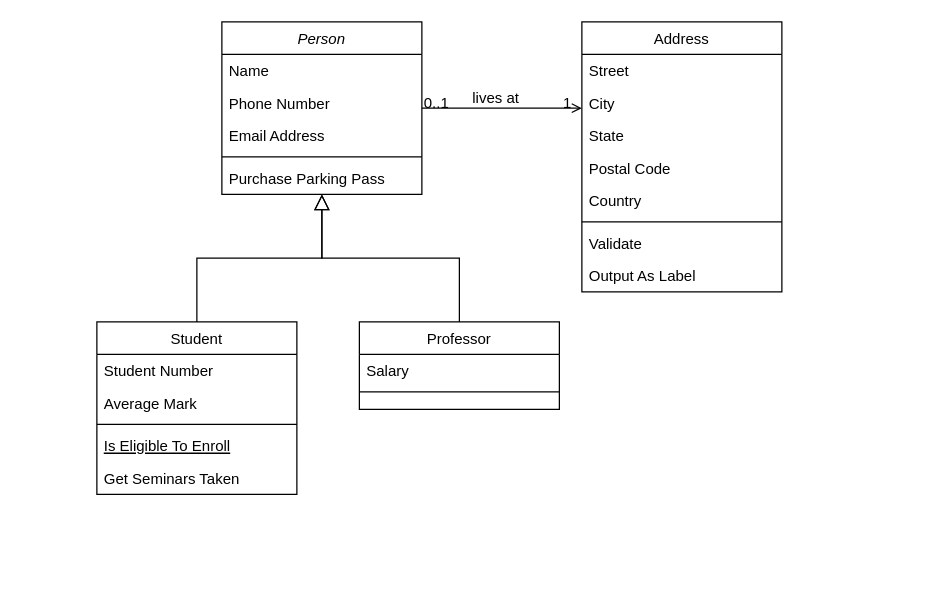
This is Untitled Diagram.drawio from J11mmy/Baitap, a draw.io file, before an edit. Source tidied: cells renumbered, new cells numbered last; positions are measured from the earlier drawing's top-left corner, leaving out a move shared by most shapes. Both pictures are drawn from the tidied source at 125%, with x=0, y=0 at pixel (96, 21).
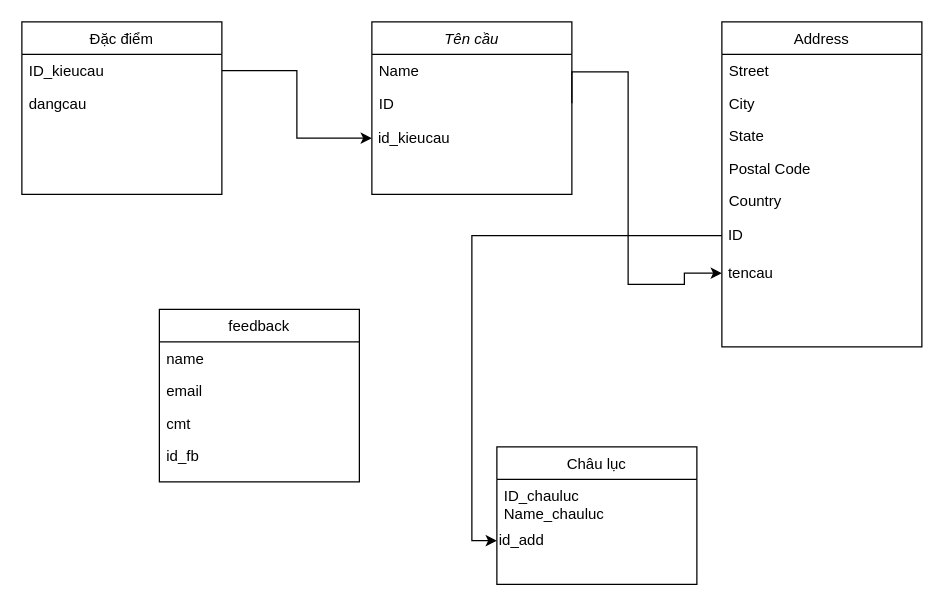
After the change.

Change to the diagram source:
```diff
@@
-    <mxCell id="2" value="Person" style="swimlane;fontStyle=2;align=center;verticalAlign=top;horizontal=1;startSize=26;rounded=0;shadow=0;strokeWidth=1;" parent="1" vertex="1">
-      <mxGeometry x="100" width="160" height="138" as="geometry" />
+    <mxCell id="2" value="Tên cầu&#10;&#10;" style="swimlane;fontStyle=2;align=center;verticalAlign=top;horizontal=1;startSize=26;rounded=0;shadow=0;strokeWidth=1;" parent="1" vertex="1">
+      <mxGeometry x="220" width="160" height="138" as="geometry" />
     </mxCell>
@@
-    <mxCell id="4" value="Phone Number" style="text;align=left;verticalAlign=top;spacingLeft=4;spacingRight=4;overflow=hidden;points=[[0,0.5],[1,0.5]];portConstraint=eastwest;rounded=0;shadow=0;html=0;" parent="2" vertex="1">
+    <mxCell id="4" value="ID" style="text;align=left;verticalAlign=top;spacingLeft=4;spacingRight=4;overflow=hidden;points=[[0,0.5],[1,0.5]];portConstraint=eastwest;rounded=0;shadow=0;html=0;" parent="2" vertex="1">
       <mxGeometry y="52" width="160" height="26" as="geometry" />
     </mxCell>
-    <mxCell id="5" value="Email Address" style="text;align=left;verticalAlign=top;spacingLeft=4;spacingRight=4;overflow=hidden;rounded=0;shadow=0;html=0;" parent="2" vertex="1">
-      <mxGeometry y="78" width="160" height="26" as="geometry" />
-    </mxCell>
-    <mxCell id="6" style="line;html=1;strokeWidth=1;align=left;verticalAlign=middle;spacingTop=-1;spacingLeft=3;spacingRight=3;labelPosition=right;" parent="2" vertex="1">
-      <mxGeometry y="104" width="160" height="8" as="geometry" />
-    </mxCell>
-    <mxCell id="7" value="Purchase Parking Pass" style="text;align=left;verticalAlign=top;spacingLeft=4;spacingRight=4;overflow=hidden;" parent="2" vertex="1">
-      <mxGeometry y="112" width="160" height="26" as="geometry" />
-    </mxCell>
+    <mxCell id="32" value="&amp;nbsp;id_kieucau" style="text;html=1;strokeColor=none;fillColor=none;align=left;verticalAlign=middle;whiteSpace=wrap;rounded=0;" parent="2" vertex="1">
+      <mxGeometry y="78" width="160" height="30" as="geometry" />
+    </mxCell>
-    <mxCell id="8" value="Student" style="swimlane;fontStyle=0;align=center;verticalAlign=top;horizontal=1;startSize=26;rounded=0;shadow=0;strokeWidth=1;" parent="1" vertex="1">
-      <mxGeometry y="240" width="160" height="138" as="geometry" />
+    <mxCell id="8" value="Đặc điểm&#10;&#10;" style="swimlane;fontStyle=0;align=center;verticalAlign=top;horizontal=1;startSize=26;rounded=0;shadow=0;strokeWidth=1;" parent="1" vertex="1">
+      <mxGeometry x="-60" width="160" height="138" as="geometry" />
     </mxCell>
-    <mxCell id="9" value="Student Number" style="text;align=left;verticalAlign=top;spacingLeft=4;spacingRight=4;overflow=hidden;points=[[0,0.5],[1,0.5]];portConstraint=eastwest;" parent="8" vertex="1">
+    <mxCell id="9" value="ID_kieucau&#10;" style="text;align=left;verticalAlign=top;spacingLeft=4;spacingRight=4;overflow=hidden;points=[[0,0.5],[1,0.5]];portConstraint=eastwest;" parent="8" vertex="1">
       <mxGeometry y="26" width="160" height="26" as="geometry" />
     </mxCell>
-    <mxCell id="10" value="Average Mark" style="text;align=left;verticalAlign=top;spacingLeft=4;spacingRight=4;overflow=hidden;rounded=0;shadow=0;html=0;" parent="8" vertex="1">
+    <mxCell id="10" value="dangcau" style="text;align=left;verticalAlign=top;spacingLeft=4;spacingRight=4;overflow=hidden;rounded=0;shadow=0;html=0;" parent="8" vertex="1">
       <mxGeometry y="52" width="160" height="26" as="geometry" />
     </mxCell>
-    <mxCell id="11" style="line;html=1;strokeWidth=1;align=left;verticalAlign=middle;spacingTop=-1;spacingLeft=3;spacingRight=3;labelPosition=right;" parent="8" vertex="1">
-      <mxGeometry y="78" width="160" height="8" as="geometry" />
-    </mxCell>
-    <mxCell id="12" value="Is Eligible To Enroll" style="text;align=left;verticalAlign=top;spacingLeft=4;spacingRight=4;overflow=hidden;fontStyle=4;" parent="8" vertex="1">
-      <mxGeometry y="86" width="160" height="26" as="geometry" />
-    </mxCell>
-    <mxCell id="13" value="Get Seminars Taken" style="text;align=left;verticalAlign=top;spacingLeft=4;spacingRight=4;overflow=hidden;" parent="8" vertex="1">
-      <mxGeometry y="112" width="160" height="26" as="geometry" />
-    </mxCell>
-    <mxCell id="14" style="endArrow=block;endSize=10;endFill=0;shadow=0;strokeWidth=1;rounded=0;edgeStyle=elbowEdgeStyle;elbow=vertical;" parent="1" edge="1" source="8" target="2">
-      <mxGeometry relative="1" as="geometry" />
-    </mxCell>
+    <mxCell id="33" value="&amp;nbsp;" style="text;html=1;strokeColor=none;fillColor=none;align=left;verticalAlign=middle;whiteSpace=wrap;rounded=0;" parent="8" vertex="1">
+      <mxGeometry y="78" width="160" height="30" as="geometry" />
+    </mxCell>
-    <mxCell id="15" value="Professor" style="swimlane;fontStyle=0;align=center;verticalAlign=top;horizontal=1;startSize=26;rounded=0;shadow=0;strokeWidth=1;" parent="1" vertex="1">
-      <mxGeometry x="210" y="240" width="160" height="70" as="geometry" />
+    <mxCell id="15" value="Châu lục" style="swimlane;fontStyle=0;align=center;verticalAlign=top;horizontal=1;startSize=26;rounded=0;shadow=0;strokeWidth=1;" parent="1" vertex="1">
+      <mxGeometry x="320" y="340" width="160" height="110" as="geometry" />
     </mxCell>
-    <mxCell id="16" value="Salary" style="text;align=left;verticalAlign=top;spacingLeft=4;spacingRight=4;overflow=hidden;" parent="15" vertex="1">
-      <mxGeometry y="26" width="160" height="26" as="geometry" />
+    <mxCell id="16" value="ID_chauluc&#10;Name_chauluc" style="text;align=left;verticalAlign=top;spacingLeft=4;spacingRight=4;overflow=hidden;" parent="15" vertex="1">
+      <mxGeometry y="26" width="160" height="34" as="geometry" />
     </mxCell>
-    <mxCell id="17" style="line;html=1;strokeWidth=1;align=left;verticalAlign=middle;spacingTop=-1;spacingLeft=3;spacingRight=3;labelPosition=right;" parent="15" vertex="1">
-      <mxGeometry y="52" width="160" height="8" as="geometry" />
-    </mxCell>
-    <mxCell id="18" style="endArrow=block;endSize=10;endFill=0;shadow=0;strokeWidth=1;rounded=0;edgeStyle=elbowEdgeStyle;elbow=vertical;" parent="1" edge="1" source="15" target="2">
-      <mxGeometry relative="1" as="geometry" />
-    </mxCell>
+    <mxCell id="34" value="id_add" style="text;html=1;strokeColor=none;fillColor=none;align=left;verticalAlign=middle;whiteSpace=wrap;rounded=0;" parent="15" vertex="1">
+      <mxGeometry y="60" width="160" height="30" as="geometry" />
+    </mxCell>
     <mxCell id="19" value="Address" style="swimlane;fontStyle=0;align=center;verticalAlign=top;horizontal=1;startSize=26;rounded=0;shadow=0;strokeWidth=1;" parent="1" vertex="1">
-      <mxGeometry x="388" width="160" height="216" as="geometry" />
+      <mxGeometry x="500" width="160" height="260" as="geometry" />
     </mxCell>
@@
-    <mxCell id="25" style="line;html=1;strokeWidth=1;align=left;verticalAlign=middle;spacingTop=-1;spacingLeft=3;spacingRight=3;labelPosition=right;" parent="19" vertex="1">
-      <mxGeometry y="156" width="160" height="8" as="geometry" />
-    </mxCell>
-    <mxCell id="26" value="Validate" style="text;align=left;verticalAlign=top;spacingLeft=4;spacingRight=4;overflow=hidden;" parent="19" vertex="1">
-      <mxGeometry y="164" width="160" height="26" as="geometry" />
-    </mxCell>
-    <mxCell id="27" value="Output As Label" style="text;align=left;verticalAlign=top;spacingLeft=4;spacingRight=4;overflow=hidden;" parent="19" vertex="1">
-      <mxGeometry y="190" width="160" height="26" as="geometry" />
-    </mxCell>
-    <mxCell id="28" style="endArrow=open;shadow=0;strokeWidth=1;rounded=0;endFill=1;edgeStyle=elbowEdgeStyle;elbow=vertical;" parent="1" edge="1" source="2" target="19">
-      <mxGeometry x="0.5" y="41" relative="1" as="geometry">
-        <mxPoint x="-40" y="32" as="offset" />
-      </mxGeometry>
-    </mxCell>
-    <mxCell id="29" value="0..1" style="align=left;verticalAlign=bottom;labelBackgroundColor=none;fontSize=12;" parent="28" vertex="1">
-      <mxGeometry x="-1" relative="1" as="geometry">
-        <mxPoint y="4" as="offset" />
-      </mxGeometry>
-    </mxCell>
-    <mxCell id="30" value="1" style="align=right;verticalAlign=bottom;labelBackgroundColor=none;fontSize=12;" parent="28" vertex="1">
-      <mxGeometry x="1" relative="1" as="geometry">
-        <mxPoint x="-7" y="4" as="offset" />
-      </mxGeometry>
-    </mxCell>
-    <mxCell id="31" value="lives at" style="text;html=1;align=center;verticalAlign=middle;labelBackgroundColor=none;rounded=0;shadow=0;strokeWidth=1;fontSize=12;" parent="28" vertex="1">
-      <mxGeometry x="0.5" y="49" relative="1" as="geometry">
-        <mxPoint x="-38" y="40" as="offset" />
-      </mxGeometry>
-    </mxCell>
+    <mxCell id="35" value="&amp;nbsp;ID" style="text;html=1;strokeColor=none;fillColor=none;align=left;verticalAlign=middle;whiteSpace=wrap;rounded=0;" parent="19" vertex="1">
+      <mxGeometry y="156" width="160" height="30" as="geometry" />
+    </mxCell>
+    <mxCell id="36" value="&amp;nbsp;tencau" style="text;html=1;strokeColor=none;fillColor=none;align=left;verticalAlign=middle;whiteSpace=wrap;rounded=0;" parent="19" vertex="1">
+      <mxGeometry y="186" width="160" height="30" as="geometry" />
+    </mxCell>
+    <mxCell id="37" value="feedback&#10;&#10;" style="swimlane;fontStyle=0;align=center;verticalAlign=top;horizontal=1;startSize=26;rounded=0;shadow=0;strokeWidth=1;" parent="1" vertex="1">
+      <mxGeometry x="50" y="230" width="160" height="138" as="geometry" />
+    </mxCell>
+    <mxCell id="38" value="name&#10;" style="text;align=left;verticalAlign=top;spacingLeft=4;spacingRight=4;overflow=hidden;" parent="37" vertex="1">
+      <mxGeometry y="26" width="160" height="26" as="geometry" />
+    </mxCell>
+    <mxCell id="39" value="email" style="text;align=left;verticalAlign=top;spacingLeft=4;spacingRight=4;overflow=hidden;rounded=0;shadow=0;html=0;" parent="37" vertex="1">
+      <mxGeometry y="52" width="160" height="26" as="geometry" />
+    </mxCell>
+    <mxCell id="40" value="cmt" style="text;align=left;verticalAlign=top;spacingLeft=4;spacingRight=4;overflow=hidden;rounded=0;shadow=0;html=0;" parent="37" vertex="1">
+      <mxGeometry y="78" width="160" height="26" as="geometry" />
+    </mxCell>
+    <mxCell id="41" value="id_fb" style="text;align=left;verticalAlign=top;spacingLeft=4;spacingRight=4;overflow=hidden;rounded=0;shadow=0;html=0;" parent="37" vertex="1">
+      <mxGeometry y="104" width="160" height="26" as="geometry" />
+    </mxCell>
+    <mxCell id="42" style="edgeStyle=orthogonalEdgeStyle;rounded=0;jettySize=auto;html=1;exitX=1;exitY=0.5;exitDx=0;exitDy=0;entryX=0;entryY=0.5;entryDx=0;entryDy=0;" parent="1" edge="1" source="4" target="36">
+      <mxGeometry relative="1" as="geometry">
+        <Array as="points">
+          <mxPoint x="380" y="40" />
+          <mxPoint x="425" y="40" />
+          <mxPoint x="425" y="210" />
+          <mxPoint x="470" y="210" />
+        </Array>
+      </mxGeometry>
+    </mxCell>
+    <mxCell id="43" style="edgeStyle=orthogonalEdgeStyle;rounded=0;jettySize=auto;html=1;entryX=0;entryY=0.5;entryDx=0;entryDy=0;" parent="1" edge="1" source="9" target="32">
+      <mxGeometry relative="1" as="geometry" />
+    </mxCell>
+    <mxCell id="44" style="edgeStyle=orthogonalEdgeStyle;rounded=0;jettySize=auto;html=1;exitX=0;exitY=0.5;exitDx=0;exitDy=0;entryX=0;entryY=0.5;entryDx=0;entryDy=0;" parent="1" edge="1" source="35" target="34">
+      <mxGeometry relative="1" as="geometry" />
+    </mxCell>
```
